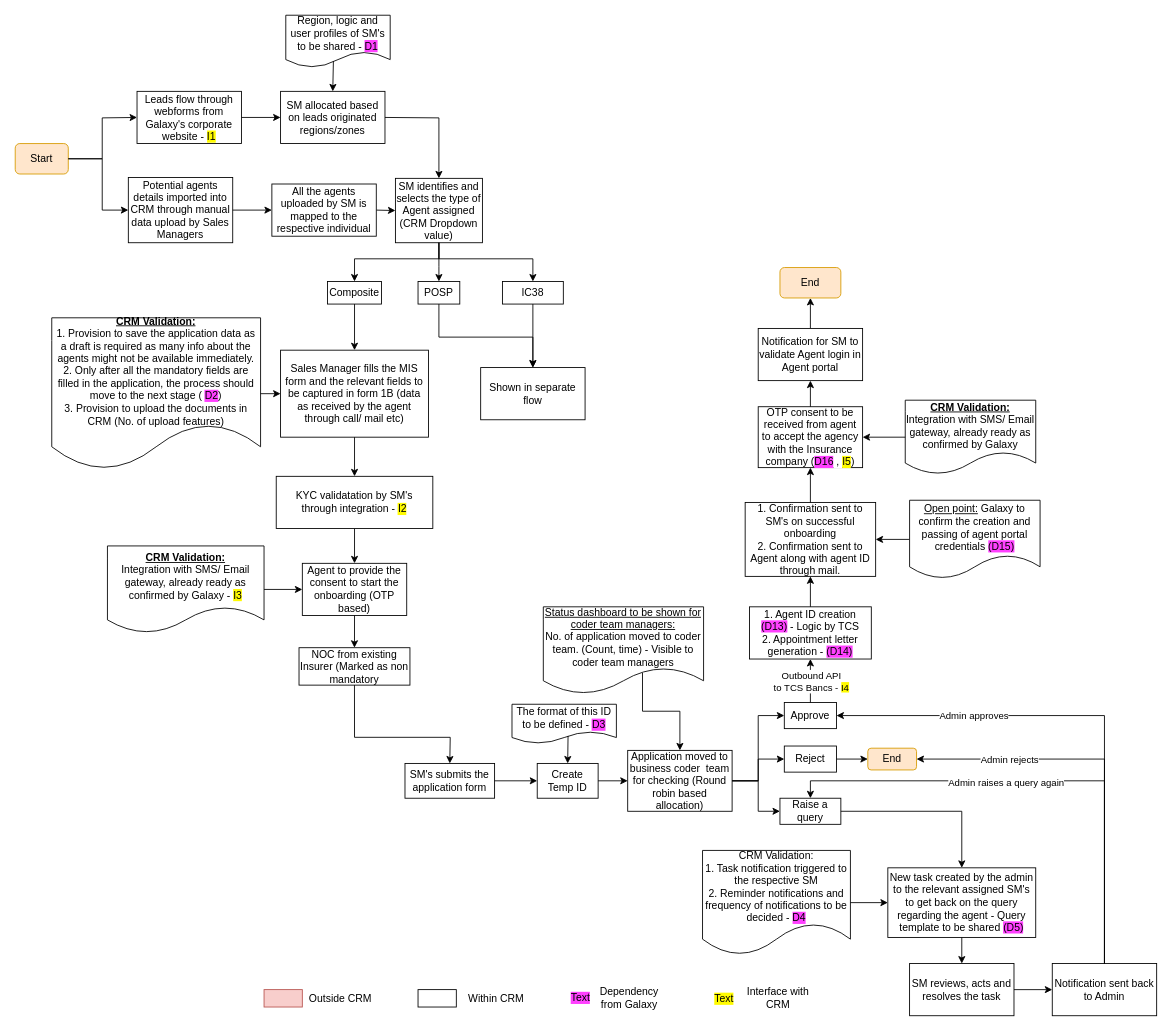
This is Agent Onboarding Composite.drawio from shaileshsreedar/Galaxy, a draw.io file, before an edit. Source tidied: cells renumbered, new cells numbered last; positions are measured from the earlier drawing's top-left corner, leaving out a move shared by most shapes. Both pictures are drawn from the tidied source at 87%, with x=0, y=0 at pixel (15, 15).
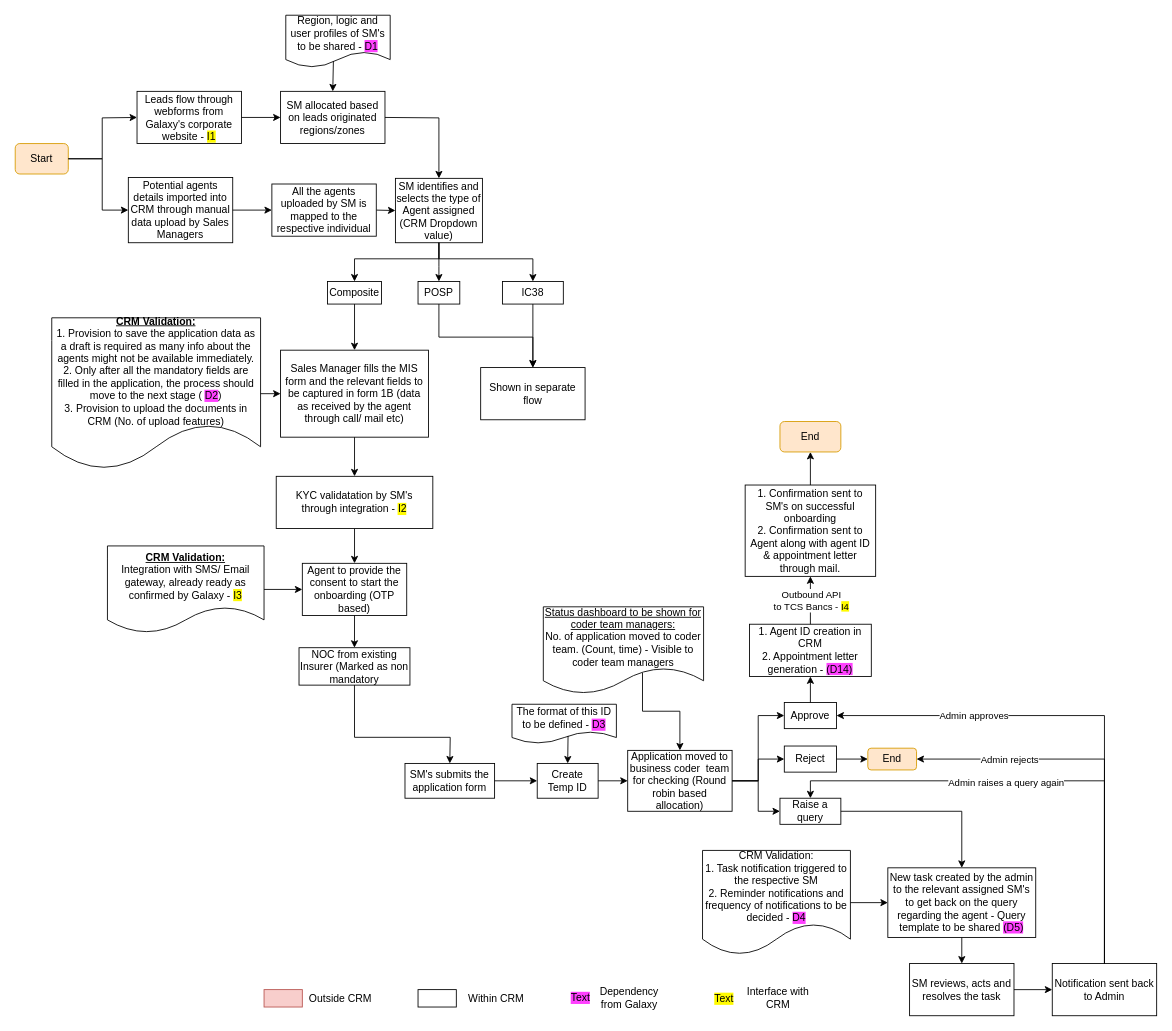
After the change.

Unchanged cells that the change refers to:
```xml
<mxCell id="62" style="endArrow=classic;html=1;rounded=0;exitX=0.5;exitY=0;exitDx=0;exitDy=0;entryX=0.5;entryY=1;entryDx=0;entryDy=0;" parent="1" edge="1" source="55" target="56">
  <mxGeometry relative="1" as="geometry" />
</mxCell>
<mxCell id="86" style="endArrow=classic;html=1;rounded=0;entryX=0.5;entryY=1;entryDx=0;entryDy=0;exitX=0.5;exitY=0;exitDx=0;exitDy=0;" parent="1" edge="1" source="31" target="55">
  <mxGeometry relative="1" as="geometry" />
</mxCell>
```

What changed in the source:
```diff
@@
-    <mxCell id="9" style="endArrow=classic;html=1;rounded=0;exitX=0.5;exitY=0;exitDx=0;exitDy=0;entryX=0.5;entryY=1;entryDx=0;entryDy=0;" parent="1" edge="1" source="57" target="13">
-      <mxGeometry relative="1" as="geometry" />
-    </mxCell>
@@
     <mxCell id="13" value="End" style="rounded=1;whiteSpace=wrap;html=1;fillColor=#ffe6cc;strokeColor=#d79b00;" parent="1" vertex="1">
-      <mxGeometry x="879" y="290" width="70" height="35" as="geometry" />
+      <mxGeometry x="879" y="467" width="70" height="35" as="geometry" />
     </mxCell>
@@
-    <mxCell id="55" value="1. Agent ID creation &lt;span style=&quot;background-color: rgb(255, 64, 255);&quot;&gt;(D13)&lt;/span&gt; - Logic by TCS&lt;div&gt;2. Appointment letter generation - &lt;span style=&quot;background-color: rgb(255, 64, 255);&quot;&gt;(D14)&lt;/span&gt;&lt;/div&gt;" style="rounded=0;whiteSpace=wrap;html=1;" parent="1" vertex="1">
-      <mxGeometry x="844" y="680" width="140" height="60" as="geometry" />
+    <mxCell id="55" value="1. Agent ID creation in CRM&lt;div&gt;2. Appointment letter generation - &lt;span style=&quot;background-color: rgb(255, 64, 255);&quot;&gt;(D14)&lt;/span&gt;&lt;/div&gt;" style="rounded=0;whiteSpace=wrap;html=1;" parent="1" vertex="1">
+      <mxGeometry x="844" y="700" width="140" height="60" as="geometry" />
     </mxCell>
-    <mxCell id="56" value="1. Confirmation sent to SM's on successful onboarding&lt;div&gt;2. Confirmation sent to Agent along with agent ID through mail.&lt;/div&gt;" style="rounded=0;whiteSpace=wrap;html=1;" parent="1" vertex="1">
-      <mxGeometry x="839" y="560" width="150" height="85" as="geometry" />
+    <mxCell id="56" value="1. Confirmation sent to SM's on successful onboarding&lt;div&gt;2. Confirmation sent to Agent along with agent ID &amp;amp; appointment letter through mail.&lt;/div&gt;" style="rounded=0;whiteSpace=wrap;html=1;" parent="1" vertex="1">
+      <mxGeometry x="839" y="540" width="150" height="105" as="geometry" />
     </mxCell>
-    <mxCell id="57" value="Notification for SM to validate Agent login in Agent portal" style="rounded=0;whiteSpace=wrap;html=1;" parent="1" vertex="1">
-      <mxGeometry x="854" y="360" width="120" height="60" as="geometry" />
-    </mxCell>
-    <mxCell id="58" style="endArrow=classic;html=1;rounded=0;exitX=0.5;exitY=0;exitDx=0;exitDy=0;entryX=0.5;entryY=1;entryDx=0;entryDy=0;" parent="1" edge="1" source="56" target="63">
+    <mxCell id="58" style="endArrow=classic;html=1;rounded=0;exitX=0.5;exitY=0;exitDx=0;exitDy=0;entryX=0.5;entryY=1;entryDx=0;entryDy=0;" parent="1" edge="1" source="56" target="13">
       <mxGeometry relative="1" as="geometry" />
     </mxCell>
@@
-    <mxCell id="63" value="OTP consent to be received from agent to accept the agency with the Insurance company (&lt;span style=&quot;background-color: rgb(255, 64, 255);&quot;&gt;D16&lt;/span&gt;&lt;span style=&quot;background-color: rgb(255, 255, 255);&quot;&gt;&amp;nbsp;, &lt;/span&gt;&lt;span style=&quot;background-color: rgb(255, 251, 0);&quot;&gt;I5&lt;/span&gt;)" style="rounded=0;whiteSpace=wrap;html=1;" parent="1" vertex="1">
-      <mxGeometry x="854" y="450" width="120" height="70" as="geometry" />
-    </mxCell>
-    <mxCell id="64" style="endArrow=classic;html=1;rounded=0;exitX=0.5;exitY=0;exitDx=0;exitDy=0;entryX=0.5;entryY=1;entryDx=0;entryDy=0;" parent="1" edge="1" source="63" target="57">
-      <mxGeometry relative="1" as="geometry" />
-    </mxCell>
+    <mxCell id="87" value="Outbound API&lt;div&gt;to TCS Bancs -&amp;nbsp;&lt;span style=&quot;background-color: rgb(255, 251, 0);&quot;&gt;I4&lt;/span&gt;&lt;/div&gt;" style="edgeLabel;html=1;align=center;verticalAlign=middle;" parent="62" vertex="1">
+      <mxGeometry x="0.08" relative="1" as="geometry">
+        <mxPoint y="2" as="offset" />
+      </mxGeometry>
+    </mxCell>
@@
-    <mxCell id="78" style="endArrow=classic;html=1;rounded=0;exitX=0;exitY=0.5;exitDx=0;exitDy=0;entryX=1;entryY=0.5;entryDx=0;entryDy=0;" parent="1" edge="1" source="79" target="56">
-      <mxGeometry relative="1" as="geometry" />
-    </mxCell>
-    <mxCell id="79" value="&lt;u style=&quot;background-color: rgb(255, 255, 255);&quot;&gt;Open point:&lt;/u&gt;&amp;nbsp;Galaxy to confirm the creation and passing of agent portal credentials&amp;nbsp;&lt;span style=&quot;background-color: rgb(255, 64, 255);&quot;&gt;(D15)&lt;/span&gt;" style="shape=document;whiteSpace=wrap;html=1;boundedLbl=1;" parent="1" vertex="1">
-      <mxGeometry x="1028" y="557.5" width="150" height="90" as="geometry" />
-    </mxCell>
@@
-    <mxCell id="87" value="Outbound API&lt;div&gt;to TCS Bancs - &lt;span style=&quot;background-color: rgb(255, 251, 0);&quot;&gt;I4&lt;/span&gt;&lt;/div&gt;" style="edgeLabel;html=1;align=center;verticalAlign=middle;" parent="86" vertex="1">
-      <mxGeometry x="0.01" relative="1" as="geometry" />
-    </mxCell>
@@
-    <mxCell id="90" value="&lt;b&gt;&lt;u&gt;CRM Validation:&lt;/u&gt;&lt;/b&gt;&lt;div&gt;Integration with SMS/ Email gateway, already ready as confirmed by Galaxy&lt;/div&gt;" style="shape=document;whiteSpace=wrap;html=1;boundedLbl=1;" parent="1" vertex="1">
-      <mxGeometry x="1023" y="442.5" width="150" height="85" as="geometry" />
-    </mxCell>
-    <mxCell id="91" style="endArrow=classic;html=1;rounded=0;exitX=0;exitY=0.5;exitDx=0;exitDy=0;entryX=1;entryY=0.5;entryDx=0;entryDy=0;" parent="1" edge="1" source="90" target="63">
-      <mxGeometry relative="1" as="geometry" />
-    </mxCell>
```
